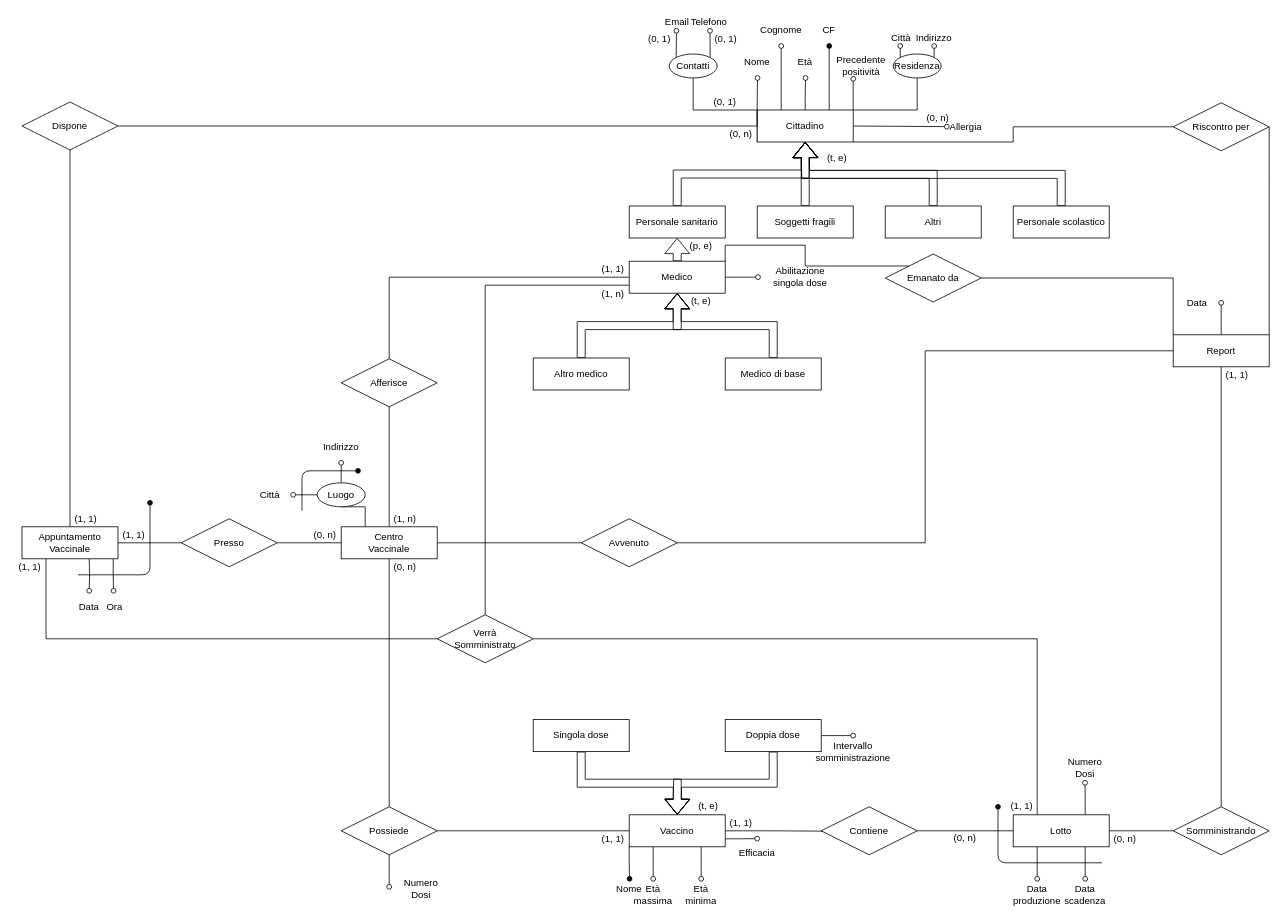
This is page "ER-base-v3" (2 of 7) of ER.drawio from TheFlonet/DB, a draw.io file, before an edit. Source tidied: cells renumbered, new cells numbered last; positions are measured from the earlier drawing's top-left corner, leaving out a move shared by most shapes. Both pictures are drawn from the tidied source at 80%, with x=0, y=0 at pixel (14, 14).
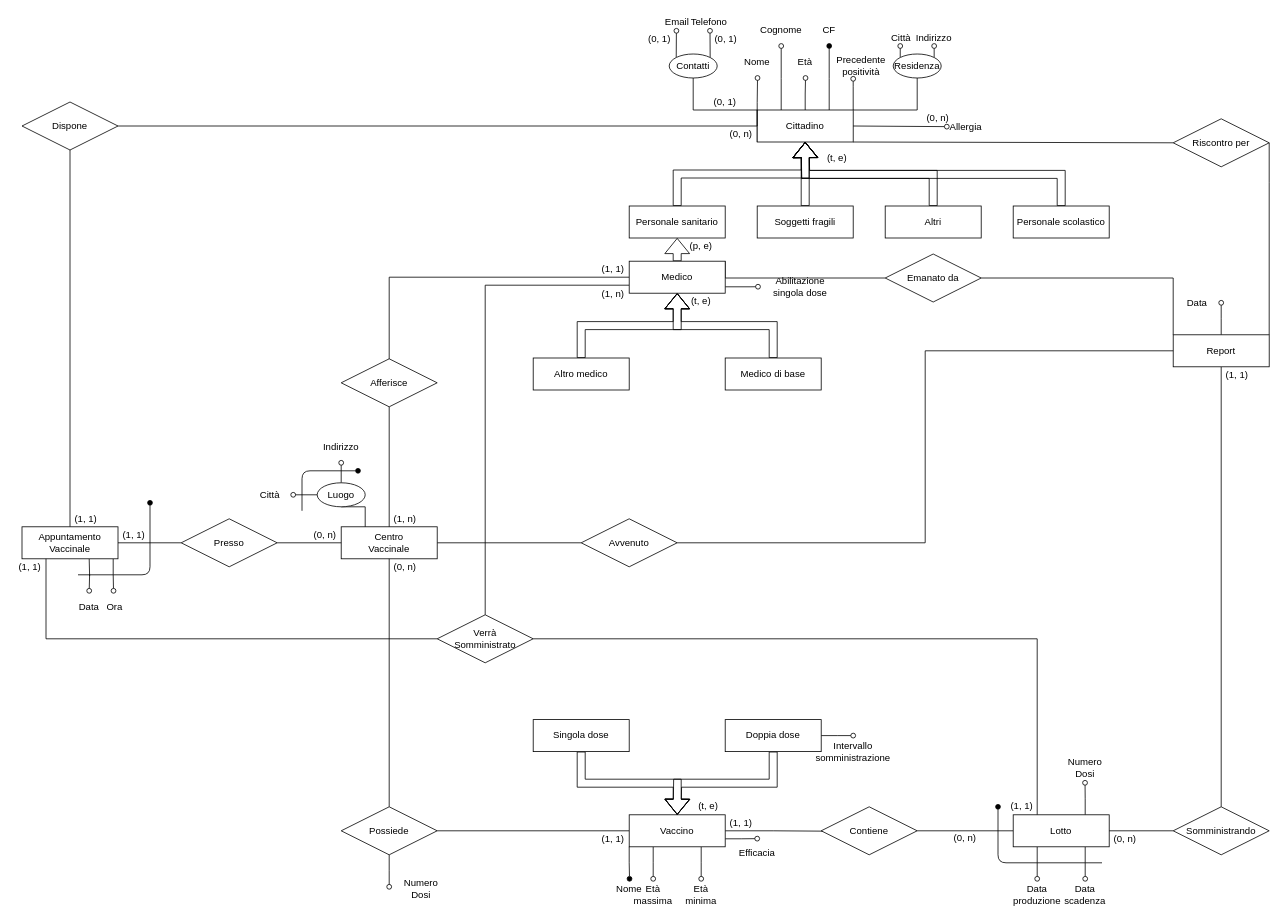
Above is the later version.

Commit message:
Piccole modifiche er

The change refers to these unchanged cells:
```xml
<mxCell id="20" value="Cittadino" style="whiteSpace=wrap;html=1;align=center;" parent="1" vertex="1">
  <mxGeometry x="929" y="120" width="120" height="40" as="geometry" />
</mxCell>
<mxCell id="121" value="Medico" style="whiteSpace=wrap;html=1;align=center;" parent="1" vertex="1">
  <mxGeometry x="769" y="309" width="120" height="40" as="geometry" />
</mxCell>
<mxCell id="138" value="Emanato da" style="shape=rhombus;perimeter=rhombusPerimeter;whiteSpace=wrap;html=1;align=center;" parent="1" vertex="1">
  <mxGeometry x="1089" y="300" width="120" height="60" as="geometry" />
</mxCell>
```

Change to the diagram source:
```diff
@@
     <mxCell id="19" style="edgeStyle=orthogonalEdgeStyle;rounded=0;jettySize=auto;html=1;exitX=1;exitY=1;exitDx=0;exitDy=0;entryX=0;entryY=0.5;entryDx=0;entryDy=0;endArrow=none;endFill=0;" parent="1" edge="1" source="20" target="136">
       <mxGeometry relative="1" as="geometry">
         <Array as="points">
-          <mxPoint x="1249" y="160" />
-          <mxPoint x="1249" y="141" />
+          <mxPoint x="1449" y="160" />
         </Array>
       </mxGeometry>
     </mxCell>
@@
-    <mxCell id="119" style="edgeStyle=orthogonalEdgeStyle;rounded=0;jettySize=auto;html=1;exitX=1;exitY=0.5;exitDx=0;exitDy=0;endArrow=oval;endFill=0;" parent="1" edge="1" source="121">
+    <mxCell id="119" style="edgeStyle=orthogonalEdgeStyle;rounded=0;orthogonalLoop=1;jettySize=auto;html=1;exitX=1;exitY=0.5;exitDx=0;exitDy=0;endArrow=oval;endFill=0;" parent="1" edge="1">
       <mxGeometry relative="1" as="geometry">
-        <mxPoint x="930" y="328.9" as="targetPoint" />
+        <mxPoint x="889" y="341" as="sourcePoint" />
+        <mxPoint x="930" y="340.9" as="targetPoint" />
+        <Array as="points">
+          <mxPoint x="920" y="341" />
+          <mxPoint x="920" y="341" />
+        </Array>
       </mxGeometry>
     </mxCell>
-    <mxCell id="120" style="edgeStyle=orthogonalEdgeStyle;rounded=0;jettySize=auto;html=1;exitX=1;exitY=0;exitDx=0;exitDy=0;entryX=0;entryY=0;entryDx=0;entryDy=0;endArrow=none;endFill=0;" parent="1" edge="1" source="121" target="138">
-      <mxGeometry relative="1" as="geometry" />
+    <mxCell id="120" style="edgeStyle=orthogonalEdgeStyle;rounded=0;jettySize=auto;html=1;exitX=1;exitY=0;exitDx=0;exitDy=0;entryX=0;entryY=0.5;entryDx=0;entryDy=0;endArrow=none;endFill=0;" parent="1" edge="1" source="121" target="138">
+      <mxGeometry relative="1" as="geometry">
+        <Array as="points">
+          <mxPoint x="889" y="330" />
+        </Array>
+      </mxGeometry>
     </mxCell>
@@
     <mxCell id="129" value="Abilitazione singola dose" style="text;html=1;strokeColor=none;fillColor=none;align=center;verticalAlign=middle;whiteSpace=wrap;rounded=0;" parent="1" vertex="1">
-      <mxGeometry x="946" y="319" width="74" height="20" as="geometry" />
+      <mxGeometry x="946" y="331" width="74" height="20" as="geometry" />
     </mxCell>
@@
     <mxCell id="136" value="Riscontro per" style="shape=rhombus;perimeter=rhombusPerimeter;whiteSpace=wrap;html=1;align=center;" parent="1" vertex="1">
-      <mxGeometry x="1449" y="111" width="120" height="60" as="geometry" />
+      <mxGeometry x="1449" y="131" width="120" height="60" as="geometry" />
     </mxCell>
@@
+    <mxCell id="139" style="edgeStyle=orthogonalEdgeStyle;rounded=0;jettySize=auto;html=1;exitX=0;exitY=0;exitDx=0;exitDy=0;" parent="1" edge="1" source="138">
+      <mxGeometry relative="1" as="geometry">
+        <mxPoint x="1119" y="315" as="targetPoint" />
+      </mxGeometry>
+    </mxCell>
```
